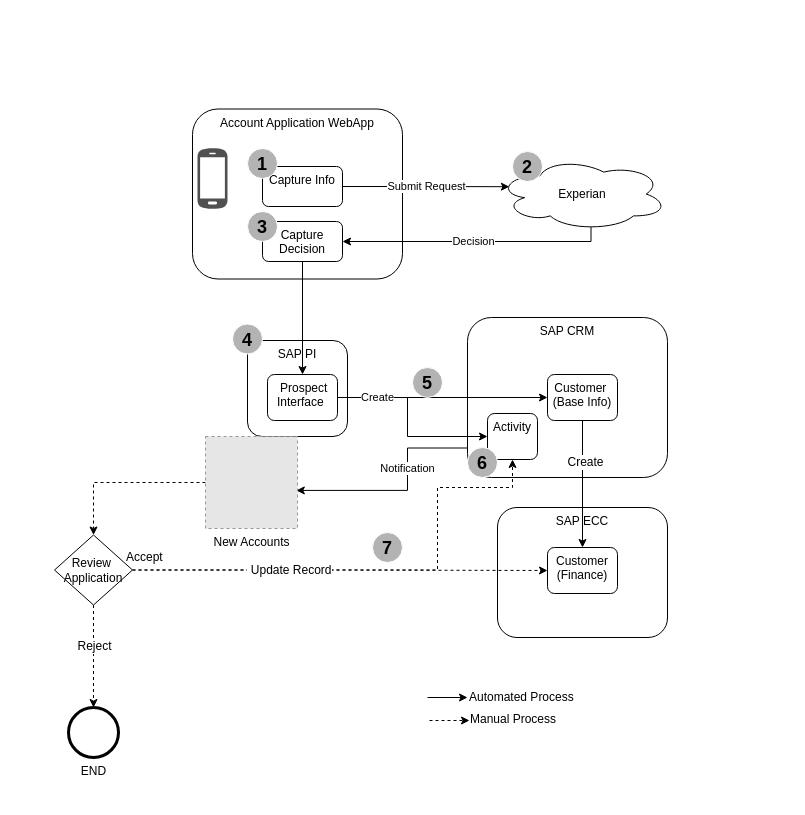
The draw.io diagram page "Reject/Refer" (2 of 2) of Account Application.drawio in mrf742002/Diagrams, before the edit. Source tidied: cells renumbered, new cells numbered last; positions are measured from the earlier drawing's top-left corner, leaving out a move shared by most shapes. Both pictures are drawn from the tidied source at 100%, with x=0, y=0 at pixel (54, 109). Pictures stored in the file or linked from it are replaced by grey dashed boxes.
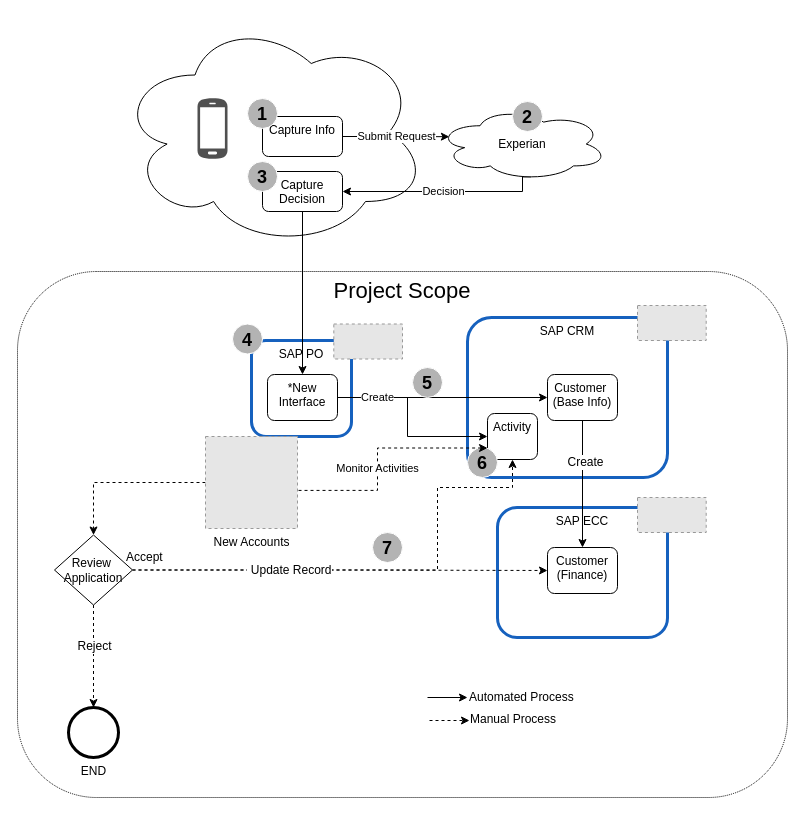
After the change.

The change refers to these unchanged cells:
```xml
<mxCell id="22" value="New Accounts" style="fillColor=#E6E6E6;strokeColor=#999999;dashed=1;html=1;verticalAlign=top;verticalLabelPosition=bottom;labelBackgroundColor=#ffffff;" parent="1" vertex="1">
  <mxGeometry x="151" y="327" width="92" height="92" as="geometry" />
</mxCell>
<mxCell id="29" value="Activity" style="rounded=1;whiteSpace=wrap;html=1;verticalAlign=top;" parent="1" vertex="1">
  <mxGeometry x="433" y="304" width="50" height="46" as="geometry" />
</mxCell>
```

What changed in the source:
```diff
@@
-    <mxCell id="2" value="Notification" style="edgeStyle=orthogonalEdgeStyle;rounded=0;jettySize=auto;html=1;exitX=0;exitY=0.75;exitDx=0;exitDy=0;entryX=0.987;entryY=0.586;entryDx=0;entryDy=0;entryPerimeter=0;" parent="1" edge="1" source="29" target="22">
-      <mxGeometry x="-0.31" y="19" relative="1" as="geometry">
-        <Array as="points">
-          <mxPoint x="353" y="339" />
-          <mxPoint x="353" y="381" />
-        </Array>
-        <mxPoint x="-19" y="19" as="offset" />
-      </mxGeometry>
-    </mxCell>
+    <mxCell id="44" value="&lt;font style=&quot;font-size: 22px&quot;&gt;Project Scope&lt;/font&gt;" style="rounded=1;whiteSpace=wrap;html=1;verticalAlign=top;dashed=1;dashPattern=1 1;" parent="1" vertex="1">
+      <mxGeometry x="-37" y="162" width="770" height="526" as="geometry" />
+    </mxCell>
+    <mxCell id="45" style="ellipse;shape=cloud;whiteSpace=wrap;html=1;strokeColor=#000000;strokeWidth=1;" parent="1" vertex="1">
+      <mxGeometry x="63" y="-92" width="310" height="230" as="geometry" />
+    </mxCell>
-    <mxCell id="3" value="SAP CRM" style="rounded=1;whiteSpace=wrap;html=1;verticalAlign=top;" parent="1" vertex="1">
+    <mxCell id="3" value="SAP CRM" style="rounded=1;whiteSpace=wrap;html=1;verticalAlign=top;strokeWidth=3;strokeColor=#1661BE;" parent="1" vertex="1">
       <mxGeometry x="413" y="208" width="200" height="160" as="geometry" />
     </mxCell>
@@
-    <mxCell id="5" value="Account Application WebApp" style="rounded=1;whiteSpace=wrap;html=1;verticalAlign=top;" parent="1" vertex="1">
-      <mxGeometry x="138" y="-0.5" width="210" height="170" as="geometry" />
-    </mxCell>
@@
     <mxCell id="7" value="Capture Info" style="rounded=1;whiteSpace=wrap;html=1;verticalAlign=top;" parent="1" vertex="1">
-      <mxGeometry x="208" y="57" width="80" height="40" as="geometry" />
+      <mxGeometry x="208" y="7" width="80" height="40" as="geometry" />
     </mxCell>
     <mxCell id="8" value="Decision" style="edgeStyle=orthogonalEdgeStyle;rounded=0;jettySize=auto;html=1;exitX=0.55;exitY=0.95;exitDx=0;exitDy=0;exitPerimeter=0;entryX=1;entryY=0.5;entryDx=0;entryDy=0;" parent="1" edge="1" source="9" target="10">
       <mxGeometry relative="1" as="geometry">
         <Array as="points">
-          <mxPoint x="537" y="132" />
+          <mxPoint x="468" y="67" />
+          <mxPoint x="468" y="82" />
         </Array>
       </mxGeometry>
     </mxCell>
     <mxCell id="9" value="Experian" style="ellipse;shape=cloud;whiteSpace=wrap;html=1;verticalAlign=middle;" parent="1" vertex="1">
-      <mxGeometry x="443" y="48" width="170" height="73" as="geometry" />
+      <mxGeometry x="383" y="-2" width="170" height="73" as="geometry" />
     </mxCell>
     <mxCell id="10" value="Capture Decision" style="rounded=1;whiteSpace=wrap;html=1;verticalAlign=top;" parent="1" vertex="1">
-      <mxGeometry x="208" y="112" width="80" height="40" as="geometry" />
+      <mxGeometry x="208" y="62" width="80" height="40" as="geometry" />
     </mxCell>
-    <mxCell id="11" value="SAP PI" style="rounded=1;whiteSpace=wrap;html=1;verticalAlign=top;" parent="1" vertex="1">
-      <mxGeometry x="193" y="231" width="100" height="96" as="geometry" />
+    <mxCell id="11" value="SAP PO" style="rounded=1;whiteSpace=wrap;html=1;verticalAlign=top;strokeWidth=3;strokeColor=#1661BE;" parent="1" vertex="1">
+      <mxGeometry x="197" y="231" width="100" height="96" as="geometry" />
     </mxCell>
@@
-    <mxCell id="13" value="&amp;nbsp;Prospect Interface&amp;nbsp;" style="rounded=1;whiteSpace=wrap;html=1;verticalAlign=top;" parent="1" vertex="1">
+    <mxCell id="13" value="*New Interface" style="rounded=1;whiteSpace=wrap;html=1;verticalAlign=top;" parent="1" vertex="1">
       <mxGeometry x="213" y="265" width="70" height="46" as="geometry" />
     </mxCell>
@@
-    <mxCell id="15" value="SAP ECC" style="rounded=1;whiteSpace=wrap;html=1;verticalAlign=top;" parent="1" vertex="1">
+    <mxCell id="15" value="SAP ECC" style="rounded=1;whiteSpace=wrap;html=1;verticalAlign=top;strokeWidth=3;strokeColor=#1661BE;" parent="1" vertex="1">
       <mxGeometry x="443" y="398" width="170" height="130" as="geometry" />
     </mxCell>
@@
     <mxCell id="17" style="shadow=0;dashed=0;html=1;strokeColor=none;fillColor=#505050;labelPosition=center;verticalLabelPosition=bottom;verticalAlign=top;align=center;shape=mxgraph.office.devices.cell_phone_android_proportional;fontColor=#858585;" parent="1" vertex="1">
-      <mxGeometry x="143" y="38" width="30" height="62" as="geometry" />
+      <mxGeometry x="143" y="-12" width="30" height="62" as="geometry" />
     </mxCell>
@@
     <mxCell id="37" value="&lt;b&gt;&lt;font style=&quot;font-size: 18px&quot;&gt;1&lt;/font&gt;&lt;/b&gt;" style="ellipse;whiteSpace=wrap;html=1;strokeColor=#FFFFFF;fillColor=#B3B3B3;fontSize=20;" parent="1" vertex="1">
-      <mxGeometry x="193" y="39" width="30" height="30" as="geometry" />
+      <mxGeometry x="193" y="-11" width="30" height="30" as="geometry" />
     </mxCell>
     <mxCell id="38" value="&lt;b&gt;&lt;font style=&quot;font-size: 18px&quot;&gt;2&lt;/font&gt;&lt;/b&gt;" style="ellipse;whiteSpace=wrap;html=1;strokeColor=#FFFFFF;fillColor=#B3B3B3;fontSize=20;" parent="1" vertex="1">
-      <mxGeometry x="458" y="42" width="30" height="30" as="geometry" />
+      <mxGeometry x="458" y="-8" width="30" height="30" as="geometry" />
     </mxCell>
     <mxCell id="39" value="&lt;b&gt;&lt;font style=&quot;font-size: 18px&quot;&gt;3&lt;/font&gt;&lt;/b&gt;" style="ellipse;whiteSpace=wrap;html=1;strokeColor=#FFFFFF;fillColor=#B3B3B3;fontSize=20;" parent="1" vertex="1">
-      <mxGeometry x="193" y="102" width="30" height="30" as="geometry" />
+      <mxGeometry x="193" y="52" width="30" height="30" as="geometry" />
     </mxCell>
@@
+    <mxCell id="46" style="fillColor=#E6E6E6;strokeColor=#999999;dashed=1;verticalLabelPosition=bottom;verticalAlign=top;" parent="1" vertex="1">
+      <mxGeometry x="279.3" y="214.5" width="68.7" height="35" as="geometry" />
+    </mxCell>
+    <mxCell id="47" style="fillColor=#E6E6E6;strokeColor=#999999;dashed=1;verticalLabelPosition=bottom;verticalAlign=top;" parent="1" vertex="1">
+      <mxGeometry x="583" y="196" width="68.7" height="35" as="geometry" />
+    </mxCell>
+    <mxCell id="48" style="fillColor=#E6E6E6;strokeColor=#999999;dashed=1;verticalLabelPosition=bottom;verticalAlign=top;" parent="1" vertex="1">
+      <mxGeometry x="583" y="388" width="68.7" height="35" as="geometry" />
+    </mxCell>
+    <mxCell id="2" value="Monitor Activities" style="edgeStyle=orthogonalEdgeStyle;rounded=0;jettySize=auto;html=1;exitX=0;exitY=0.75;exitDx=0;exitDy=0;entryX=0.987;entryY=0.586;entryDx=0;entryDy=0;entryPerimeter=0;startArrow=classic;startFill=1;endArrow=none;endFill=0;dashed=1;" parent="1" edge="1" source="29" target="22">
+      <mxGeometry x="-0.06" y="20" relative="1" as="geometry">
+        <Array as="points">
+          <mxPoint x="323" y="339" />
+          <mxPoint x="323" y="381" />
+        </Array>
+        <mxPoint x="-20" y="20" as="offset" />
+      </mxGeometry>
+    </mxCell>
```
